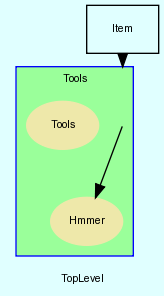
This is doc/dot/f_10.png from ddiez/seqminer, a Graphviz export, as it was before one commit. Its source is kept beside it as doc/dot/f_10.dot. The source it was exported from:
```dot
digraph TopLevel {
    label = "TopLevel"
    compound = true
    fontname = Arial
    fontsize = 8
    bgcolor = lightcyan1
    node [
        color = black,
        fontname = Arial,
        fontsize = 8
    ]

    Tools -> Tools__Hmmer [

    ]

    subgraph cluster_Tools {
        label = "Tools"
        fillcolor = palegreen1
        URL = "classes/Tools.html"
        color = blue
        fontname = Arial
        style = filled
        Tools [
            shape = plaintext,
            height = 0.01,
            width = 0.01,
            label = ""
        ]

        Tools__Tools [
            fontcolor = black,
            shape = ellipse,
            URL = "classes/Tools/Tools.html",
            color = palegoldenrod,
            style = filled,
            label = "Tools"
        ]

        Tools__Hmmer [
            fontcolor = black,
            shape = ellipse,
            URL = "classes/Tools/Hmmer.html",
            color = palegoldenrod,
            style = filled,
            label = "Hmmer"
        ]

    }

    Item [
        shape = box,
        URL = "classes/Item.html",
        label = "Item"
    ]

    Item -> Tools [
        lhead = cluster_Tools
    ]

}
```
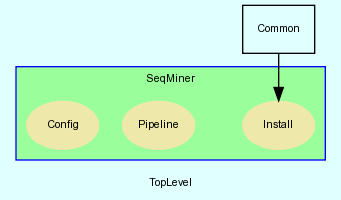
After the change.

Change to the diagram source:
```diff
@@ -10,52 +10,57 @@
         fontsize = 8
     ]
 
-    Tools -> Tools__Hmmer [
+    Common [
+        shape = box,
+        URL = "classes/Common.html",
+        label = "Common"
+    ]
+
+    Common -> SeqMiner__Install [
 
     ]
 
-    subgraph cluster_Tools {
-        label = "Tools"
+    subgraph cluster_SeqMiner {
+        label = "SeqMiner"
         fillcolor = palegreen1
-        URL = "classes/Tools.html"
+        URL = "classes/SeqMiner.html"
         color = blue
         fontname = Arial
         style = filled
-        Tools [
+        SeqMiner [
             shape = plaintext,
             height = 0.01,
             width = 0.01,
             label = ""
         ]
 
-        Tools__Tools [
+        SeqMiner__Pipeline [
             fontcolor = black,
             shape = ellipse,
-            URL = "classes/Tools/Tools.html",
+            URL = "classes/SeqMiner/Pipeline.html",
             color = palegoldenrod,
             style = filled,
-            label = "Tools"
+            label = "Pipeline"
         ]
 
-        Tools__Hmmer [
+        SeqMiner__Config [
             fontcolor = black,
             shape = ellipse,
-            URL = "classes/Tools/Hmmer.html",
+            URL = "classes/SeqMiner/Config.html",
             color = palegoldenrod,
             style = filled,
-            label = "Hmmer"
+            label = "Config"
+        ]
+
+        SeqMiner__Install [
+            fontcolor = black,
+            shape = ellipse,
+            URL = "classes/SeqMiner/Install.html",
+            color = palegoldenrod,
+            style = filled,
+            label = "Install"
         ]
 
     }
 
-    Item [
-        shape = box,
-        URL = "classes/Item.html",
-        label = "Item"
-    ]
-
-    Item -> Tools [
-        lhead = cluster_Tools
-    ]
-
 }
```
